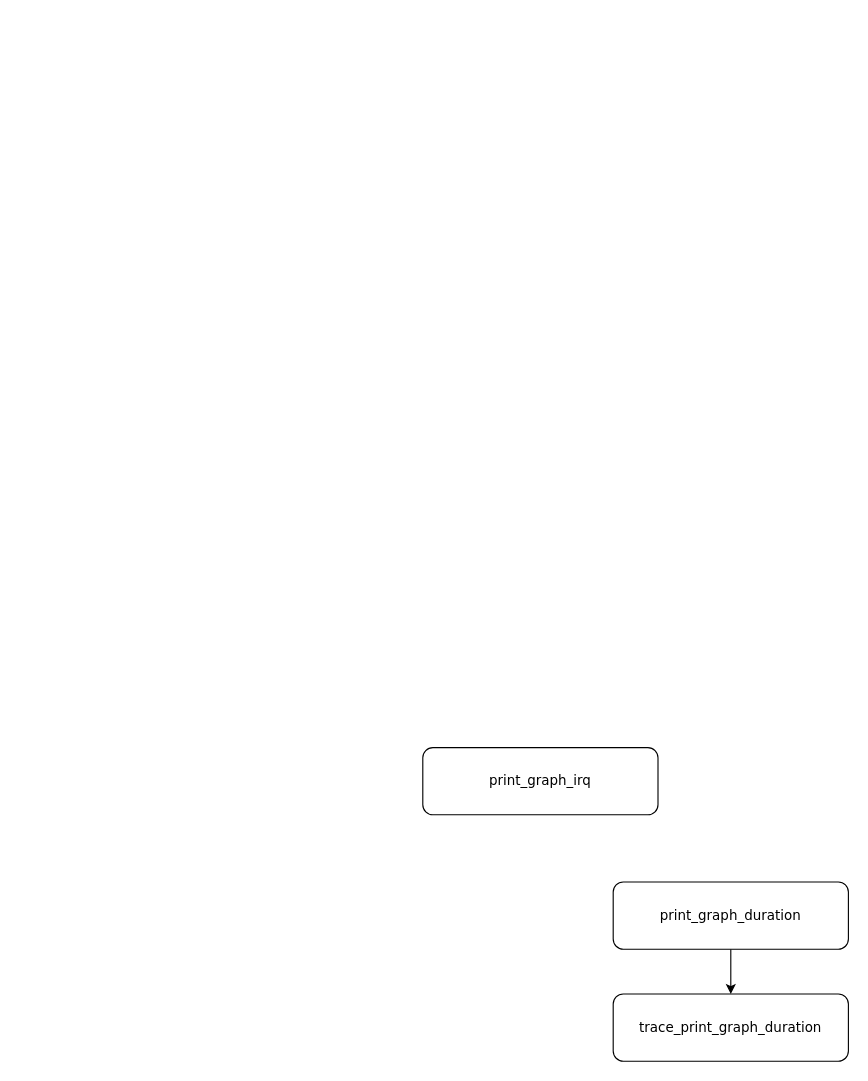
Earlier version of the draw.io diagram ftrace.drawio (hubblezzhu/frr_learning). Source tidied: cells renumbered, new cells numbered last; positions are measured from the earlier drawing's top-left corner, leaving out a move shared by most shapes. Both pictures are drawn from the tidied source at 112%, with x=0, y=0 at pixel (422, 747).
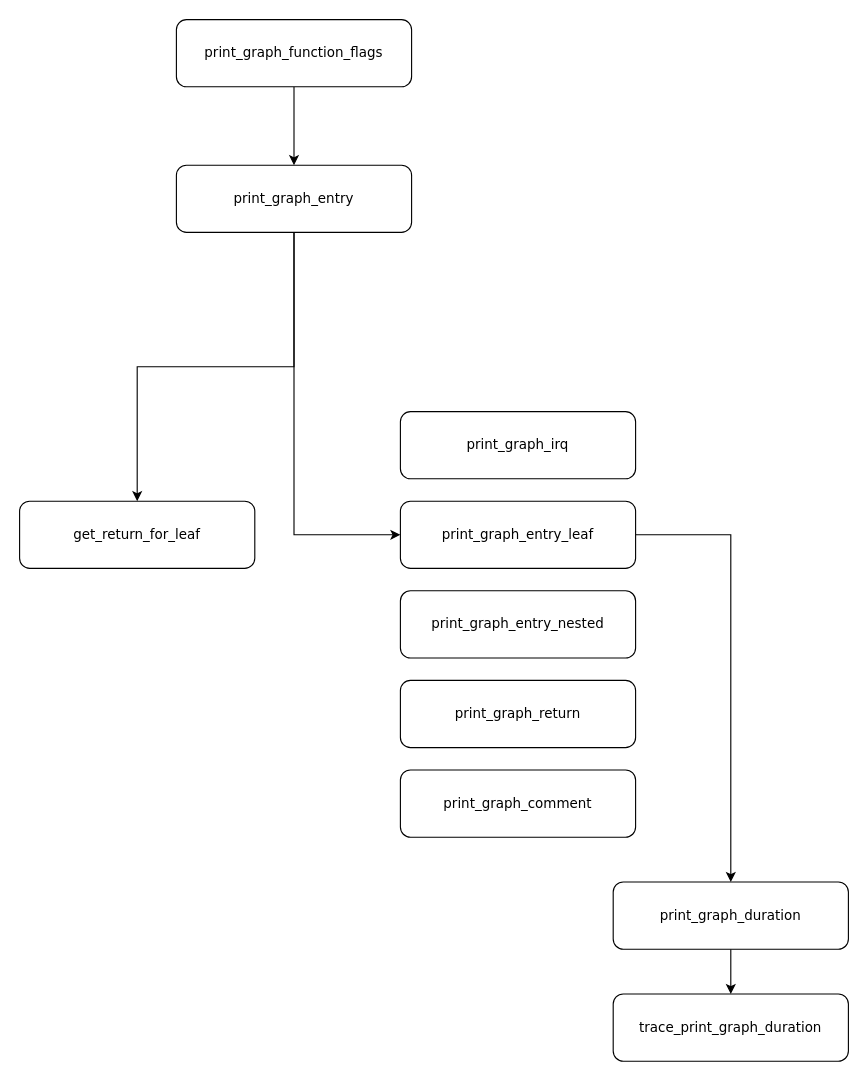
After the change.

Diff of the diagram source:
```diff
@@
 <mxGraphModel>
   <root>
     <mxCell id="0" />
     <mxCell id="1" parent="0" />
     <mxCell id="2" value="&lt;div&gt;trace_print_graph_duration&lt;br&gt;&lt;/div&gt;" style="rounded=1;whiteSpace=wrap;html=1;fontFamily=Verdana;" parent="1" vertex="1">
       <mxGeometry x="170" y="220" width="210" height="60" as="geometry" />
     </mxCell>
     <mxCell id="3" style="edgeStyle=orthogonalEdgeStyle;rounded=0;jettySize=auto;html=1;" parent="1" edge="1" source="4" target="2">
       <mxGeometry relative="1" as="geometry" />
     </mxCell>
     <mxCell id="4" value="print_graph_duration" style="rounded=1;whiteSpace=wrap;html=1;fontFamily=Verdana;" parent="1" vertex="1">
       <mxGeometry x="170" y="120" width="210" height="60" as="geometry" />
     </mxCell>
     <mxCell id="5" value="print_graph_irq" style="rounded=1;whiteSpace=wrap;html=1;fontFamily=Verdana;" parent="1" vertex="1">
-      <mxGeometry width="210" height="60" as="geometry" />
+      <mxGeometry x="-20" y="-300" width="210" height="60" as="geometry" />
     </mxCell>
+    <mxCell id="6" style="edgeStyle=orthogonalEdgeStyle;rounded=0;jettySize=auto;html=1;" parent="1" edge="1" source="7" target="4">
+      <mxGeometry relative="1" as="geometry">
+        <Array as="points">
+          <mxPoint x="275" y="-190" />
+        </Array>
+      </mxGeometry>
+    </mxCell>
+    <mxCell id="7" value="print_graph_entry_leaf" style="rounded=1;whiteSpace=wrap;html=1;fontFamily=Verdana;" parent="1" vertex="1">
+      <mxGeometry x="-20" y="-220" width="210" height="60" as="geometry" />
+    </mxCell>
+    <mxCell id="8" value="print_graph_entry_nested" style="rounded=1;whiteSpace=wrap;html=1;fontFamily=Verdana;" parent="1" vertex="1">
+      <mxGeometry x="-20" y="-140" width="210" height="60" as="geometry" />
+    </mxCell>
+    <mxCell id="9" value="print_graph_return" style="rounded=1;whiteSpace=wrap;html=1;fontFamily=Verdana;" parent="1" vertex="1">
+      <mxGeometry x="-20" y="-60" width="210" height="60" as="geometry" />
+    </mxCell>
+    <mxCell id="10" value="print_graph_comment" style="rounded=1;whiteSpace=wrap;html=1;fontFamily=Verdana;" parent="1" vertex="1">
+      <mxGeometry x="-20" y="20" width="210" height="60" as="geometry" />
+    </mxCell>
+    <mxCell id="11" style="edgeStyle=orthogonalEdgeStyle;rounded=0;jettySize=auto;html=1;" parent="1" edge="1" source="13" target="14">
+      <mxGeometry relative="1" as="geometry" />
+    </mxCell>
+    <mxCell id="12" style="edgeStyle=orthogonalEdgeStyle;rounded=0;jettySize=auto;html=1;entryX=0;entryY=0.5;entryDx=0;entryDy=0;" parent="1" edge="1" source="13" target="7">
+      <mxGeometry relative="1" as="geometry" />
+    </mxCell>
+    <mxCell id="13" value="print_graph_entry" style="rounded=1;whiteSpace=wrap;html=1;fontFamily=Verdana;" parent="1" vertex="1">
+      <mxGeometry x="-220" y="-520" width="210" height="60" as="geometry" />
+    </mxCell>
+    <mxCell id="14" value="get_return_for_leaf" style="rounded=1;whiteSpace=wrap;html=1;fontFamily=Verdana;" parent="1" vertex="1">
+      <mxGeometry x="-360" y="-220" width="210" height="60" as="geometry" />
+    </mxCell>
+    <mxCell id="15" style="edgeStyle=orthogonalEdgeStyle;rounded=0;jettySize=auto;html=1;" parent="1" edge="1" source="16" target="13">
+      <mxGeometry relative="1" as="geometry" />
+    </mxCell>
+    <mxCell id="16" value="print_graph_function_flags" style="rounded=1;whiteSpace=wrap;html=1;fontFamily=Verdana;" parent="1" vertex="1">
+      <mxGeometry x="-220" y="-650" width="210" height="60" as="geometry" />
+    </mxCell>
   </root>
 </mxGraphModel>
```
